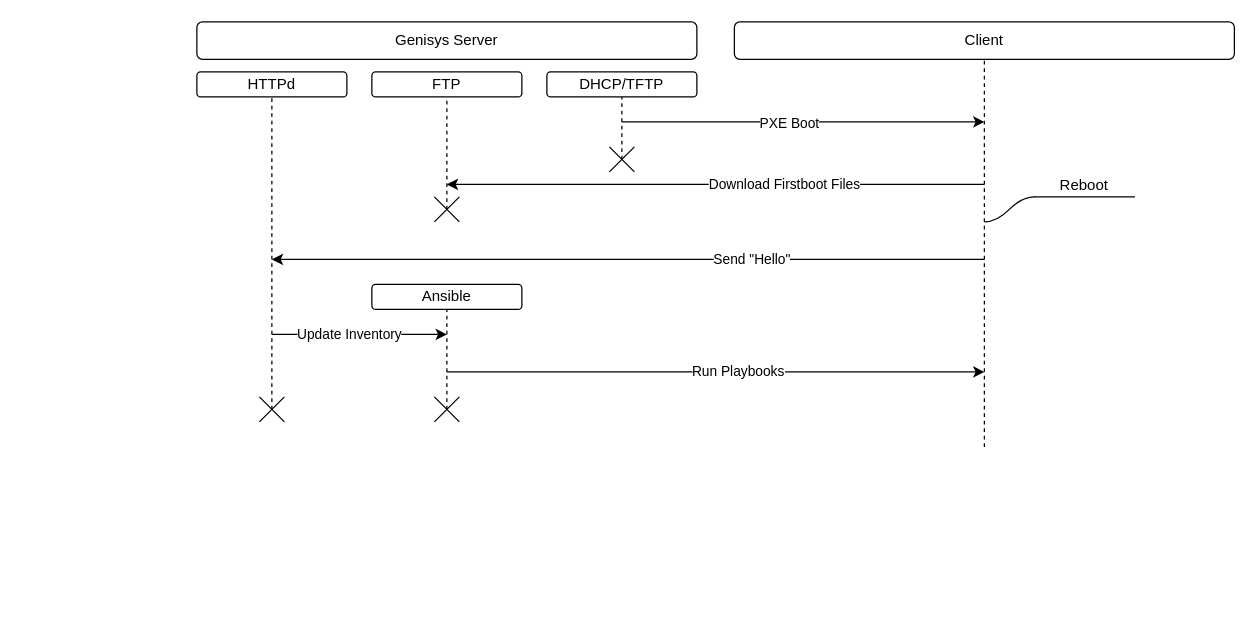
Earlier version of the draw.io diagram documentation/Initialization Process.drawio (xeluior/genisys). Source tidied: cells renumbered, new cells numbered last; positions are measured from the earlier drawing's top-left corner, leaving out a move shared by most shapes. Both pictures are drawn from the tidied source at 125%, with x=0, y=0 at pixel (196, 21).
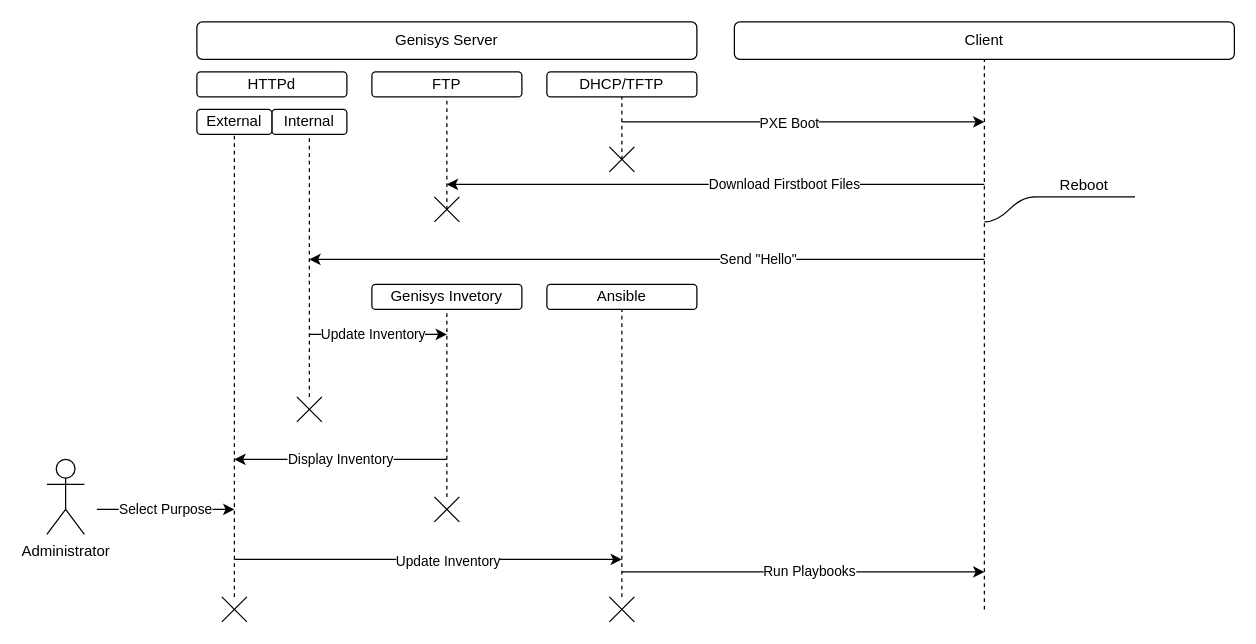
The same page after the edit.

Unchanged cells that the change refers to:
```xml
<mxCell id="15" value="HTTPd" style="rounded=1;whiteSpace=wrap;html=1;" parent="1" vertex="1">
  <mxGeometry y="40" width="120" height="20" as="geometry" />
</mxCell>
```

What changed in the source:
```diff
@@
     <mxCell id="5" style="endArrow=none;dashed=1;html=1;rounded=0;entryX=0.5;entryY=1;entryDx=0;entryDy=0;" parent="1" edge="1">
       <mxGeometry relative="1" as="geometry">
-        <mxPoint x="630" y="340" as="sourcePoint" />
+        <mxPoint x="630" y="470" as="sourcePoint" />
         <mxPoint x="630" y="30" as="targetPoint" />
       </mxGeometry>
     </mxCell>
@@
-    <mxCell id="16" style="endArrow=none;dashed=1;html=1;rounded=0;entryX=0.5;entryY=1;entryDx=0;entryDy=0;" parent="1" edge="1" target="15">
-      <mxGeometry relative="1" as="geometry">
-        <mxPoint x="60" y="310" as="sourcePoint" />
-      </mxGeometry>
+    <mxCell id="16" style="endArrow=none;dashed=1;html=1;rounded=0;entryX=0.5;entryY=1;entryDx=0;entryDy=0;" parent="1" edge="1" source="25" target="29">
+      <mxGeometry relative="1" as="geometry" />
     </mxCell>
     <mxCell id="17" style="endArrow=classic;html=1;rounded=0;" parent="1" edge="1">
       <mxGeometry relative="1" as="geometry">
         <mxPoint x="630" y="190" as="sourcePoint" />
-        <mxPoint x="60" y="190" as="targetPoint" />
+        <mxPoint x="90" y="190" as="targetPoint" />
       </mxGeometry>
     </mxCell>
@@
-    <mxCell id="21" value="Ansible" style="rounded=1;whiteSpace=wrap;html=1;" parent="1" vertex="1">
+    <mxCell id="21" value="Genisys Invetory" style="rounded=1;whiteSpace=wrap;html=1;" parent="1" vertex="1">
       <mxGeometry x="140" y="210" width="120" height="20" as="geometry" />
     </mxCell>
-    <mxCell id="22" style="endArrow=none;dashed=1;html=1;rounded=0;entryX=0.5;entryY=1;entryDx=0;entryDy=0;" parent="1" edge="1" target="21">
-      <mxGeometry relative="1" as="geometry">
-        <mxPoint x="200" y="310" as="sourcePoint" />
-      </mxGeometry>
+    <mxCell id="22" style="endArrow=none;dashed=1;html=1;rounded=0;entryX=0.5;entryY=1;entryDx=0;entryDy=0;" parent="1" edge="1" source="26" target="21">
+      <mxGeometry relative="1" as="geometry" />
     </mxCell>
     <mxCell id="23" style="endArrow=classic;html=1;rounded=0;" parent="1" edge="1">
       <mxGeometry relative="1" as="geometry">
-        <mxPoint x="60" y="250" as="sourcePoint" />
+        <mxPoint x="90" y="250" as="sourcePoint" />
         <mxPoint x="200" y="250" as="targetPoint" />
       </mxGeometry>
     </mxCell>
     <mxCell id="24" value="Update Inventory" style="edgeLabel;html=1;align=center;verticalAlign=middle;" parent="23" vertex="1">
       <mxGeometry x="0.18" y="1" relative="1" as="geometry">
-        <mxPoint x="-22" as="offset" />
+        <mxPoint x="-15" as="offset" />
       </mxGeometry>
     </mxCell>
-    <mxCell id="25" style="shape=mxgraph.sysml.x;" parent="1" vertex="1">
-      <mxGeometry x="50" y="300" width="20" height="20" as="geometry" />
-    </mxCell>
-    <mxCell id="26" style="shape=mxgraph.sysml.x;" parent="1" vertex="1">
-      <mxGeometry x="190" y="300" width="20" height="20" as="geometry" />
-    </mxCell>
     <mxCell id="27" style="endArrow=classic;html=1;rounded=0;" parent="1" edge="1">
       <mxGeometry relative="1" as="geometry">
-        <mxPoint x="200" y="280" as="sourcePoint" />
-        <mxPoint x="630" y="280" as="targetPoint" />
+        <mxPoint x="340" y="440" as="sourcePoint" />
+        <mxPoint x="630" y="440" as="targetPoint" />
       </mxGeometry>
     </mxCell>
@@
+    <mxCell id="25" style="shape=mxgraph.sysml.x;" parent="1" vertex="1">
+      <mxGeometry x="80" y="300" width="20" height="20" as="geometry" />
+    </mxCell>
+    <mxCell id="29" value="Internal" style="rounded=1;whiteSpace=wrap;html=1;" parent="1" vertex="1">
+      <mxGeometry x="60" y="70" width="60" height="20" as="geometry" />
+    </mxCell>
+    <mxCell id="30" style="endArrow=none;dashed=1;html=1;rounded=0;entryX=0.5;entryY=1;entryDx=0;entryDy=0;" parent="1" edge="1" source="31" target="32">
+      <mxGeometry relative="1" as="geometry" />
+    </mxCell>
+    <mxCell id="31" style="shape=mxgraph.sysml.x;" parent="1" vertex="1">
+      <mxGeometry x="20" y="460" width="20" height="20" as="geometry" />
+    </mxCell>
+    <mxCell id="32" value="External" style="rounded=1;whiteSpace=wrap;html=1;" parent="1" vertex="1">
+      <mxGeometry y="70" width="60" height="20" as="geometry" />
+    </mxCell>
+    <mxCell id="33" value="Display Inventory" style="endArrow=classic;html=1;rounded=0;" parent="1" edge="1">
+      <mxGeometry relative="1" as="geometry">
+        <mxPoint x="200" y="350" as="sourcePoint" />
+        <mxPoint x="30" y="350" as="targetPoint" />
+      </mxGeometry>
+    </mxCell>
+    <mxCell id="34" value="Administrator" style="shape=umlActor;verticalLabelPosition=bottom;verticalAlign=top;html=1;" parent="1" vertex="1">
+      <mxGeometry x="-120" y="350" width="30" height="60" as="geometry" />
+    </mxCell>
+    <mxCell id="35" value="Select Purpose" style="endArrow=classic;html=1;rounded=0;" parent="1" edge="1">
+      <mxGeometry relative="1" as="geometry">
+        <mxPoint x="-80" y="390" as="sourcePoint" />
+        <mxPoint x="30" y="390" as="targetPoint" />
+      </mxGeometry>
+    </mxCell>
+    <mxCell id="26" style="shape=mxgraph.sysml.x;" parent="1" vertex="1">
+      <mxGeometry x="190" y="380" width="20" height="20" as="geometry" />
+    </mxCell>
+    <mxCell id="36" value="Ansible" style="rounded=1;whiteSpace=wrap;html=1;" parent="1" vertex="1">
+      <mxGeometry x="280" y="210" width="120" height="20" as="geometry" />
+    </mxCell>
+    <mxCell id="37" style="endArrow=none;dashed=1;html=1;rounded=0;entryX=0.5;entryY=1;entryDx=0;entryDy=0;" parent="1" edge="1" source="38" target="36">
+      <mxGeometry relative="1" as="geometry" />
+    </mxCell>
+    <mxCell id="38" style="shape=mxgraph.sysml.x;" parent="1" vertex="1">
+      <mxGeometry x="330" y="460" width="20" height="20" as="geometry" />
+    </mxCell>
+    <mxCell id="39" style="endArrow=classic;html=1;rounded=0;" parent="1" edge="1">
+      <mxGeometry relative="1" as="geometry">
+        <mxPoint x="30" y="430" as="sourcePoint" />
+        <mxPoint x="340" y="430" as="targetPoint" />
+      </mxGeometry>
+    </mxCell>
+    <mxCell id="40" value="&lt;div&gt;Update Inventory&lt;/div&gt;" style="edgeLabel;html=1;align=center;verticalAlign=middle;" parent="39" vertex="1">
+      <mxGeometry x="0.78" y="-1" relative="1" as="geometry">
+        <mxPoint x="-106" as="offset" />
+      </mxGeometry>
+    </mxCell>
```
